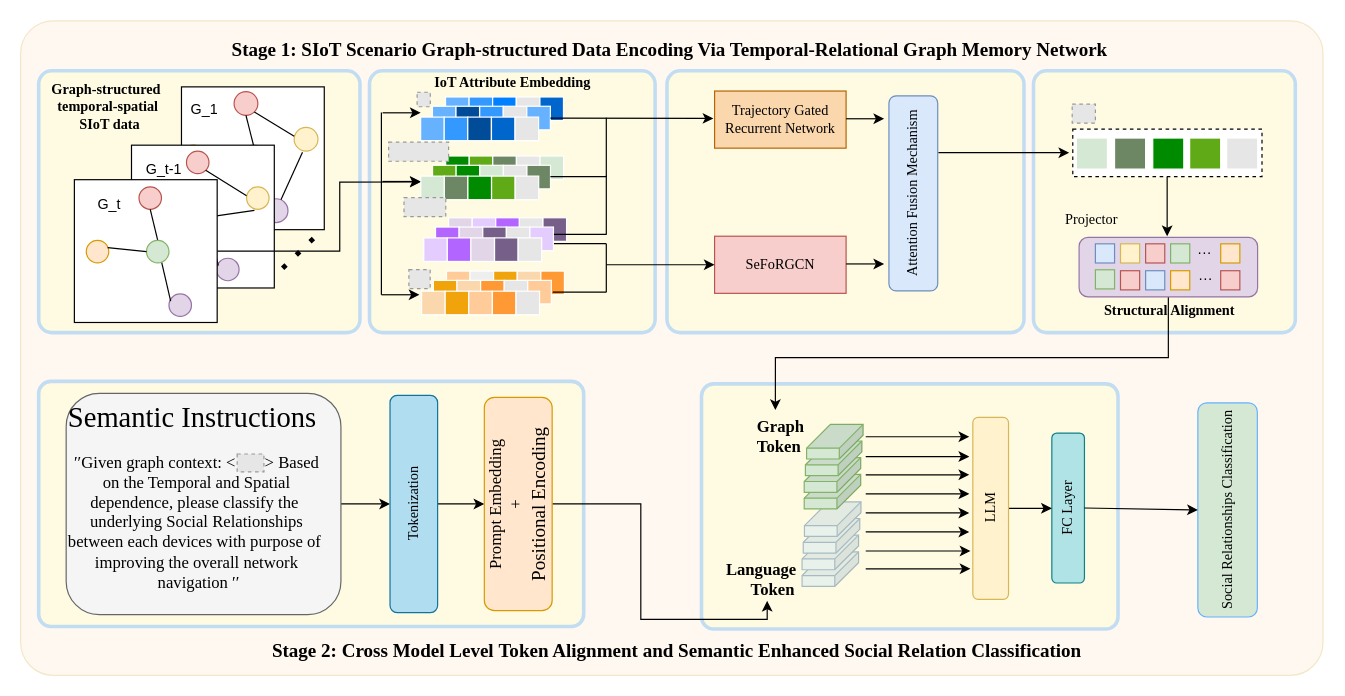
hzb29/hzb29 keeps this draw.io diagram as 未命名绘图.drawio. Above is the earlier version. Source tidied: cells renumbered, new cells numbered last; positions are measured from the earlier drawing's top-left corner, leaving out a move shared by most shapes. Both pictures are drawn from the tidied source at 119%, with x=0, y=0 at pixel (20, 20). Pictures stored in the file or linked from it are replaced by grey dashed boxes.
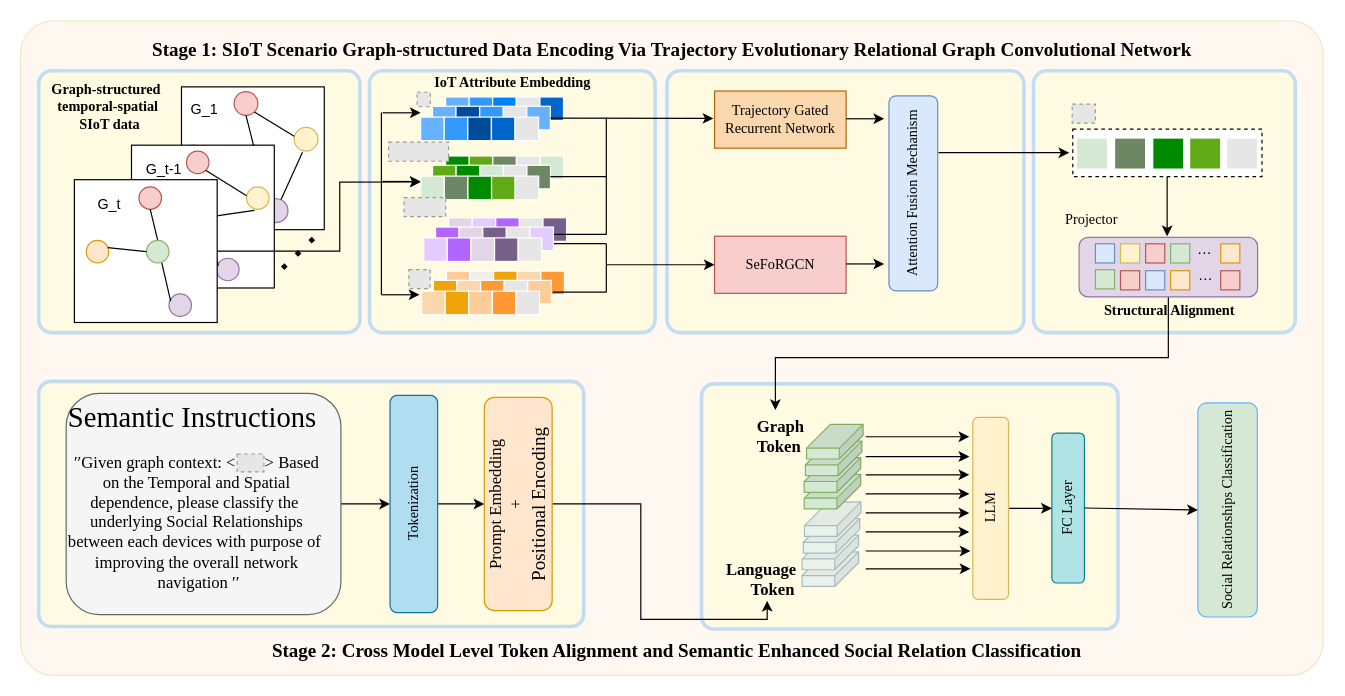
The same diagram, later.

Commit message:
更新未命名绘图.drawio

The edit, as a diff of the source:
```diff
@@
-    <mxCell id="120" value="&lt;b&gt;&lt;font style=&quot;font-size: 16px;&quot; face=&quot;Times New Roman&quot;&gt;Stage 1: SIoT Scenario Graph-structured Data Encoding Via Temporal-Relational Graph Memory Network&amp;nbsp;&lt;/font&gt;&lt;/b&gt;" style="text;html=1;align=center;verticalAlign=middle;strokeColor=none;fillColor=none;" parent="1" vertex="1">
-      <mxGeometry x="168" y="8" width="758" height="31" as="geometry" />
+    <mxCell id="120" value="&lt;b&gt;&lt;font style=&quot;font-size: 16px;&quot; face=&quot;Times New Roman&quot;&gt;Stage 1: SIoT Scenario Graph-structured Data Encoding Via&amp;nbsp;&lt;/font&gt;&lt;/b&gt;&lt;font face=&quot;Times New Roman&quot;&gt;&lt;span style=&quot;font-size: 16px;&quot;&gt;&lt;b&gt;Trajectory Evolutionary Relational Graph Convolutional Network&lt;/b&gt;&lt;/span&gt;&lt;/font&gt;" style="text;html=1;align=center;verticalAlign=middle;strokeColor=none;fillColor=none;" parent="1" vertex="1">
+      <mxGeometry x="97" y="9" width="900" height="30" as="geometry" />
     </mxCell>
```
